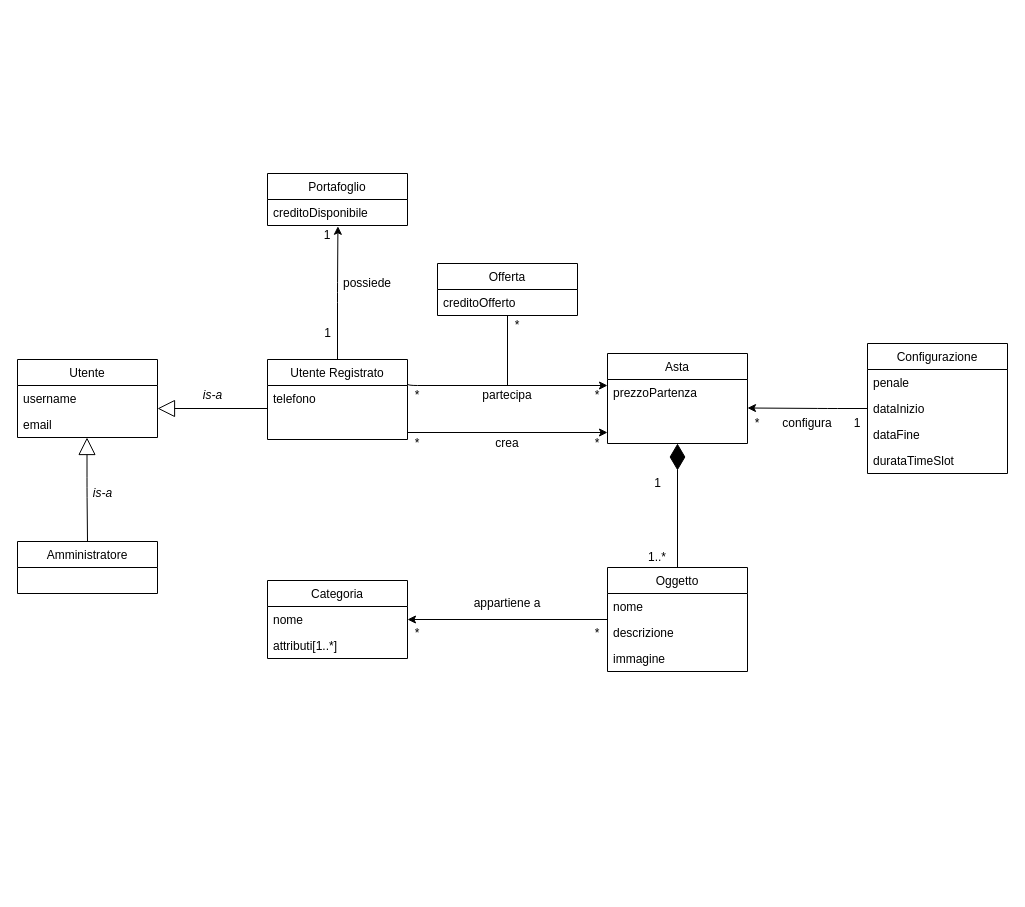
Before: Documentazione/Progettazione/Domain Model/Domain Model.drawio in UnimibSoftEngCourse1920/progetto-aste-2-gruppo-aste-2, a draw.io diagram. Source tidied: cells renumbered, new cells numbered last; positions are measured from the earlier drawing's top-left corner, leaving out a move shared by most shapes. Both pictures are drawn from the tidied source at 100%, with x=0, y=0 at pixel (17, 173).
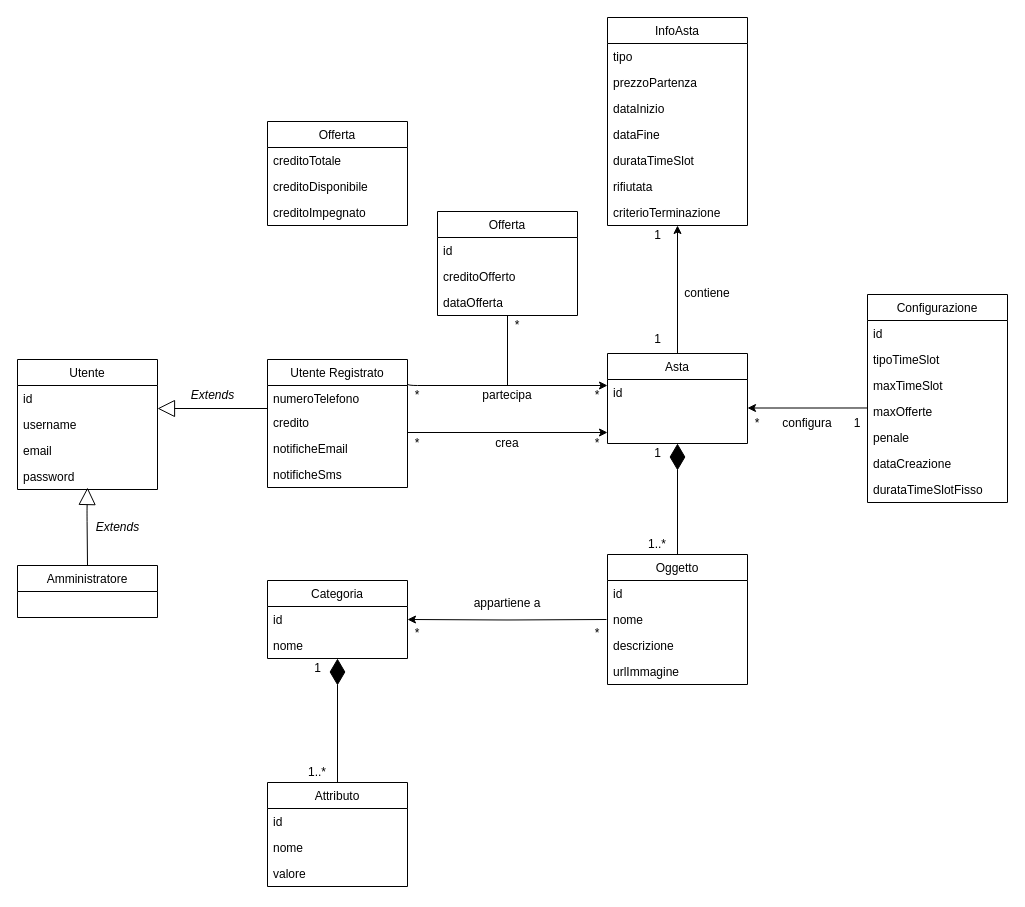
Above is the later version.

Commit message (it also covers changes not shown here):
Aggiornato domain model e fixato activity diagram

Unchanged cells that the change refers to:
```xml
<mxCell id="8" value="Categoria" style="swimlane;fontStyle=0;horizontal=1;startSize=26;fillColor=none;shadow=0;" parent="1" vertex="1">
  <mxGeometry x="250" y="407" width="140" height="78" as="geometry" />
</mxCell>
```

Diff of the diagram source:
```diff
@@
-    <mxCell id="2" style="edgeStyle=orthogonalEdgeStyle;rounded=1;jettySize=auto;html=1;exitX=0.5;exitY=0;exitDx=0;exitDy=0;entryX=0.503;entryY=1.03;entryDx=0;entryDy=0;entryPerimeter=0;" parent="1" edge="1" source="42" target="12">
-      <mxGeometry relative="1" as="geometry" />
-    </mxCell>
-    <mxCell id="3" style="edgeStyle=orthogonalEdgeStyle;rounded=1;jettySize=auto;html=1;exitX=0;exitY=0.5;exitDx=0;exitDy=0;entryX=1;entryY=0.5;entryDx=0;entryDy=0;" parent="1" edge="1" source="4" target="8">
-      <mxGeometry relative="1" as="geometry" />
+    <mxCell id="3" style="edgeStyle=orthogonalEdgeStyle;rounded=1;jettySize=auto;html=1;entryX=1;entryY=0.5;entryDx=0;entryDy=0;" parent="1" edge="1" target="8">
+      <mxGeometry relative="1" as="geometry">
+        <mxPoint x="589" y="446" as="sourcePoint" />
+      </mxGeometry>
     </mxCell>
-    <mxCell id="4" value="Oggetto" style="swimlane;fontStyle=0;horizontal=1;startSize=26;fillColor=none;shadow=0;" parent="1" vertex="1">
-      <mxGeometry x="590" y="394" width="140" height="104" as="geometry" />
-    </mxCell>
-    <mxCell id="5" value="nome" style="text;strokeColor=none;fillColor=none;align=left;verticalAlign=top;spacingLeft=4;spacingRight=4;overflow=hidden;" parent="4" vertex="1">
-      <mxGeometry y="26" width="140" height="26" as="geometry" />
-    </mxCell>
-    <mxCell id="6" value="descrizione" style="text;strokeColor=none;fillColor=none;align=left;verticalAlign=top;spacingLeft=4;spacingRight=4;overflow=hidden;" parent="4" vertex="1">
-      <mxGeometry y="52" width="140" height="26" as="geometry" />
-    </mxCell>
-    <mxCell id="7" value="immagine" style="text;strokeColor=none;fillColor=none;align=left;verticalAlign=top;spacingLeft=4;spacingRight=4;overflow=hidden;" parent="4" vertex="1">
-      <mxGeometry y="78" width="140" height="26" as="geometry" />
-    </mxCell>
@@
-    <mxCell id="9" value="nome" style="text;strokeColor=none;fillColor=none;align=left;verticalAlign=top;spacingLeft=4;spacingRight=4;overflow=hidden;" parent="8" vertex="1">
+    <mxCell id="9" value="id" style="text;strokeColor=none;fillColor=none;align=left;verticalAlign=top;spacingLeft=4;spacingRight=4;overflow=hidden;" parent="8" vertex="1">
       <mxGeometry y="26" width="140" height="26" as="geometry" />
     </mxCell>
-    <mxCell id="10" value="attributi[1..*]" style="text;strokeColor=none;fillColor=none;align=left;verticalAlign=top;spacingLeft=4;spacingRight=4;overflow=hidden;" parent="8" vertex="1">
+    <mxCell id="10" value="nome" style="text;strokeColor=none;fillColor=none;align=left;verticalAlign=top;spacingLeft=4;spacingRight=4;overflow=hidden;" parent="8" vertex="1">
       <mxGeometry y="52" width="140" height="26" as="geometry" />
     </mxCell>
-    <mxCell id="11" value="Portafoglio" style="swimlane;fontStyle=0;horizontal=1;startSize=26;fillColor=none;shadow=0;" parent="1" vertex="1">
-      <mxGeometry x="250" width="140" height="52" as="geometry" />
-    </mxCell>
-    <mxCell id="12" value="creditoDisponibile" style="text;strokeColor=none;fillColor=none;align=left;verticalAlign=top;spacingLeft=4;spacingRight=4;overflow=hidden;points=[[0,0.5],[1,0.5]];portConstraint=eastwest;" parent="11" vertex="1">
-      <mxGeometry y="26" width="140" height="26" as="geometry" />
-    </mxCell>
@@
     <mxCell id="16" value="1..*" style="text;html=1;strokeColor=none;fillColor=none;align=center;verticalAlign=middle;whiteSpace=wrap;rounded=0;shadow=0;" parent="1" vertex="1">
-      <mxGeometry x="620" y="374" width="40" height="20" as="geometry" />
+      <mxGeometry x="620" y="361" width="40" height="20" as="geometry" />
     </mxCell>
@@
-    <mxCell id="21" value="Offerta" style="swimlane;fontStyle=0;horizontal=1;startSize=26;fillColor=none;shadow=0;" parent="1" vertex="1">
-      <mxGeometry x="420" y="90" width="140" height="52" as="geometry" />
-    </mxCell>
-    <mxCell id="22" value="creditoOfferto" style="text;strokeColor=none;fillColor=none;align=left;verticalAlign=top;spacingLeft=4;spacingRight=4;overflow=hidden;" parent="21" vertex="1">
-      <mxGeometry y="26" width="140" height="26" as="geometry" />
-    </mxCell>
@@
-    <mxCell id="24" value="&lt;div&gt;possiede&lt;/div&gt;" style="text;html=1;strokeColor=none;fillColor=none;align=center;verticalAlign=middle;whiteSpace=wrap;rounded=0;shadow=0;" parent="1" vertex="1">
-      <mxGeometry x="330" y="100" width="40" height="20" as="geometry" />
-    </mxCell>
-    <mxCell id="25" value="1" style="text;html=1;strokeColor=none;fillColor=none;align=center;verticalAlign=middle;whiteSpace=wrap;rounded=0;shadow=0;" parent="1" vertex="1">
-      <mxGeometry x="290" y="52" width="40" height="20" as="geometry" />
-    </mxCell>
-    <mxCell id="26" value="1" style="text;html=1;align=center;verticalAlign=middle;" parent="1" vertex="1">
-      <mxGeometry x="300" y="150" width="20" height="20" as="geometry" />
-    </mxCell>
@@
     <mxCell id="30" value="1" style="text;html=1;align=center;verticalAlign=middle;" parent="1" vertex="1">
-      <mxGeometry x="630" y="300" width="20" height="20" as="geometry" />
+      <mxGeometry x="630" y="270" width="20" height="20" as="geometry" />
     </mxCell>
@@
-    <mxCell id="35" value="Utente" style="swimlane;fontStyle=0;horizontal=1;startSize=26;fillColor=none;" parent="1" vertex="1">
-      <mxGeometry y="186" width="140" height="78" as="geometry" />
-    </mxCell>
-    <mxCell id="36" value="username" style="text;strokeColor=none;fillColor=none;align=left;verticalAlign=top;spacingLeft=4;spacingRight=4;overflow=hidden;" parent="35" vertex="1">
-      <mxGeometry y="26" width="140" height="26" as="geometry" />
-    </mxCell>
-    <mxCell id="37" value="email" style="text;strokeColor=none;fillColor=none;align=left;verticalAlign=top;spacingLeft=4;spacingRight=4;overflow=hidden;" parent="35" vertex="1">
-      <mxGeometry y="52" width="140" height="26" as="geometry" />
-    </mxCell>
     <mxCell id="38" style="endArrow=block;html=1;endFill=0;strokeWidth=1;exitX=0.5;exitY=0;exitDx=0;exitDy=0;endSize=15;" parent="1" edge="1" source="39">
       <mxGeometry relative="1" as="geometry">
-        <mxPoint x="69.5" y="264" as="targetPoint" />
+        <mxPoint x="70" y="314" as="targetPoint" />
         <Array as="points">
-          <mxPoint x="69.5" y="314" />
+          <mxPoint x="69.5" y="338" />
         </Array>
       </mxGeometry>
     </mxCell>
-    <mxCell id="39" value="Amministratore" style="swimlane;fontStyle=0;horizontal=1;startSize=26;fillColor=none;" parent="1" vertex="1">
-      <mxGeometry y="368" width="140" height="52" as="geometry" />
-    </mxCell>
-    <mxCell id="40" value="&lt;i&gt;is-a&lt;/i&gt;" style="text;html=1;align=center;verticalAlign=middle;" parent="1" vertex="1">
-      <mxGeometry x="180" y="212" width="30" height="20" as="geometry" />
+    <mxCell id="40" value="&lt;i&gt;Extends&lt;/i&gt;" style="text;html=1;align=center;verticalAlign=middle;" parent="1" vertex="1">
+      <mxGeometry x="165" y="212" width="60" height="20" as="geometry" />
     </mxCell>
-    <mxCell id="41" value="&lt;i&gt;is-a&lt;/i&gt;" style="text;html=1;align=center;verticalAlign=middle;" parent="1" vertex="1">
-      <mxGeometry x="70" y="310" width="30" height="20" as="geometry" />
+    <mxCell id="41" value="&lt;i&gt;Extends&lt;/i&gt;" style="text;html=1;align=center;verticalAlign=middle;" parent="1" vertex="1">
+      <mxGeometry x="70" y="344" width="60" height="20" as="geometry" />
     </mxCell>
     <mxCell id="42" value="Utente Registrato" style="swimlane;fontStyle=0;horizontal=1;startSize=26;fillColor=none;" parent="1" vertex="1">
-      <mxGeometry x="250" y="186" width="140" height="80" as="geometry" />
+      <mxGeometry x="250" y="186" width="140" height="128" as="geometry" />
     </mxCell>
-    <mxCell id="43" value="telefono" style="text;strokeColor=none;fillColor=none;align=left;verticalAlign=top;spacingLeft=4;spacingRight=4;overflow=hidden;" parent="42" vertex="1">
-      <mxGeometry y="26" width="140" height="54" as="geometry" />
+    <mxCell id="43" value="numeroTelefono" style="text;strokeColor=none;fillColor=none;align=left;verticalAlign=top;spacingLeft=4;spacingRight=4;overflow=hidden;" parent="42" vertex="1">
+      <mxGeometry y="26" width="140" height="24" as="geometry" />
     </mxCell>
+    <mxCell id="55" value="credito" style="text;strokeColor=none;fillColor=none;align=left;verticalAlign=top;spacingLeft=4;spacingRight=4;overflow=hidden;" parent="42" vertex="1">
+      <mxGeometry y="50" width="140" height="26" as="geometry" />
+    </mxCell>
+    <mxCell id="56" value="notificheEmail" style="text;strokeColor=none;fillColor=none;align=left;verticalAlign=top;spacingLeft=4;spacingRight=4;overflow=hidden;" parent="42" vertex="1">
+      <mxGeometry y="76" width="140" height="26" as="geometry" />
+    </mxCell>
+    <mxCell id="57" value="notificheSms" style="text;strokeColor=none;fillColor=none;align=left;verticalAlign=top;spacingLeft=4;spacingRight=4;overflow=hidden;" parent="42" vertex="1">
+      <mxGeometry y="102" width="140" height="26" as="geometry" />
+    </mxCell>
-    <mxCell id="44" style="edgeStyle=orthogonalEdgeStyle;rounded=1;jettySize=auto;html=1;exitX=0;exitY=0.5;exitDx=0;exitDy=0;" parent="1" edge="1" source="50">
+    <mxCell id="44" style="edgeStyle=orthogonalEdgeStyle;rounded=1;jettySize=auto;html=1;exitX=0;exitY=0.365;exitDx=0;exitDy=0;exitPerimeter=0;" parent="1" edge="1" source="52">
       <mxGeometry relative="1" as="geometry">
         <mxPoint x="730" y="234.5" as="targetPoint" />
-        <Array as="points">
-          <mxPoint x="810" y="235" />
-        </Array>
       </mxGeometry>
     </mxCell>
@@
+    <mxCell id="53" value="Asta" style="swimlane;fontStyle=0;horizontal=1;startSize=26;fillColor=none;shadow=0;" parent="1" vertex="1">
+      <mxGeometry x="590" y="180" width="140" height="90" as="geometry" />
+    </mxCell>
+    <mxCell id="54" value="id" style="text;strokeColor=none;fillColor=none;align=left;verticalAlign=top;spacingLeft=4;spacingRight=4;overflow=hidden;" parent="53" vertex="1">
+      <mxGeometry y="26" width="140" height="64" as="geometry" />
+    </mxCell>
+    <mxCell id="39" value="Amministratore" style="swimlane;fontStyle=0;horizontal=1;startSize=26;fillColor=none;" parent="1" vertex="1">
+      <mxGeometry y="392" width="140" height="52" as="geometry" />
+    </mxCell>
+    <mxCell id="35" value="Utente" style="swimlane;fontStyle=0;horizontal=1;startSize=26;fillColor=none;" parent="1" vertex="1">
+      <mxGeometry y="186" width="140" height="130" as="geometry" />
+    </mxCell>
+    <mxCell id="58" value="id" style="text;strokeColor=none;fillColor=none;align=left;verticalAlign=top;spacingLeft=4;spacingRight=4;overflow=hidden;" parent="35" vertex="1">
+      <mxGeometry y="26" width="140" height="26" as="geometry" />
+    </mxCell>
+    <mxCell id="36" value="username" style="text;strokeColor=none;fillColor=none;align=left;verticalAlign=top;spacingLeft=4;spacingRight=4;overflow=hidden;" parent="35" vertex="1">
+      <mxGeometry y="52" width="140" height="26" as="geometry" />
+    </mxCell>
+    <mxCell id="59" value="email" style="text;strokeColor=none;fillColor=none;align=left;verticalAlign=top;spacingLeft=4;spacingRight=4;overflow=hidden;" parent="35" vertex="1">
+      <mxGeometry y="78" width="140" height="26" as="geometry" />
+    </mxCell>
+    <mxCell id="37" value="password" style="text;strokeColor=none;fillColor=none;align=left;verticalAlign=top;spacingLeft=4;spacingRight=4;overflow=hidden;" parent="35" vertex="1">
+      <mxGeometry y="104" width="140" height="26" as="geometry" />
+    </mxCell>
+    <mxCell id="60" value="1" style="text;html=1;align=center;verticalAlign=middle;" parent="1" vertex="1">
+      <mxGeometry x="630" y="52" width="20" height="20" as="geometry" />
+    </mxCell>
+    <mxCell id="61" value="1" style="text;html=1;align=center;verticalAlign=middle;" parent="1" vertex="1">
+      <mxGeometry x="630" y="156" width="20" height="20" as="geometry" />
+    </mxCell>
+    <mxCell id="62" value="InfoAsta" style="swimlane;fontStyle=0;horizontal=1;startSize=26;fillColor=none;shadow=0;" parent="1" vertex="1">
+      <mxGeometry x="590" y="-156" width="140" height="208" as="geometry" />
+    </mxCell>
+    <mxCell id="63" value="tipo" style="text;strokeColor=none;fillColor=none;align=left;verticalAlign=top;spacingLeft=4;spacingRight=4;overflow=hidden;" parent="62" vertex="1">
+      <mxGeometry y="26" width="140" height="26" as="geometry" />
+    </mxCell>
+    <mxCell id="64" value="prezzoPartenza" style="text;strokeColor=none;fillColor=none;align=left;verticalAlign=top;spacingLeft=4;spacingRight=4;overflow=hidden;" parent="62" vertex="1">
+      <mxGeometry y="52" width="140" height="26" as="geometry" />
+    </mxCell>
+    <mxCell id="65" value="dataInizio" style="text;strokeColor=none;fillColor=none;align=left;verticalAlign=top;spacingLeft=4;spacingRight=4;overflow=hidden;" parent="62" vertex="1">
+      <mxGeometry y="78" width="140" height="26" as="geometry" />
+    </mxCell>
+    <mxCell id="66" value="dataFine" style="text;strokeColor=none;fillColor=none;align=left;verticalAlign=top;spacingLeft=4;spacingRight=4;overflow=hidden;" parent="62" vertex="1">
+      <mxGeometry y="104" width="140" height="26" as="geometry" />
+    </mxCell>
+    <mxCell id="67" value="durataTimeSlot" style="text;strokeColor=none;fillColor=none;align=left;verticalAlign=top;spacingLeft=4;spacingRight=4;overflow=hidden;" parent="62" vertex="1">
+      <mxGeometry y="130" width="140" height="26" as="geometry" />
+    </mxCell>
+    <mxCell id="68" value="rifiutata" style="text;strokeColor=none;fillColor=none;align=left;verticalAlign=top;spacingLeft=4;spacingRight=4;overflow=hidden;" parent="62" vertex="1">
+      <mxGeometry y="156" width="140" height="26" as="geometry" />
+    </mxCell>
+    <mxCell id="69" value="criterioTerminazione" style="text;strokeColor=none;fillColor=none;align=left;verticalAlign=top;spacingLeft=4;spacingRight=4;overflow=hidden;" parent="62" vertex="1">
+      <mxGeometry y="182" width="140" height="26" as="geometry" />
+    </mxCell>
     <mxCell id="48" value="Configurazione" style="swimlane;fontStyle=0;horizontal=1;startSize=26;fillColor=none;shadow=0;" parent="1" vertex="1">
-      <mxGeometry x="850" y="170" width="140" height="130" as="geometry" />
+      <mxGeometry x="850" y="121" width="140" height="208" as="geometry" />
     </mxCell>
-    <mxCell id="49" value="penale" style="text;strokeColor=none;fillColor=none;align=left;verticalAlign=top;spacingLeft=4;spacingRight=4;overflow=hidden;" parent="48" vertex="1">
+    <mxCell id="49" value="id" style="text;strokeColor=none;fillColor=none;align=left;verticalAlign=top;spacingLeft=4;spacingRight=4;overflow=hidden;" parent="48" vertex="1">
       <mxGeometry y="26" width="140" height="26" as="geometry" />
     </mxCell>
-    <mxCell id="50" value="dataInizio" style="text;strokeColor=none;fillColor=none;align=left;verticalAlign=top;spacingLeft=4;spacingRight=4;overflow=hidden;points=[[0,0.5],[1,0.5]];portConstraint=eastwest;" parent="48" vertex="1">
+    <mxCell id="50" value="tipoTimeSlot" style="text;strokeColor=none;fillColor=none;align=left;verticalAlign=top;spacingLeft=4;spacingRight=4;overflow=hidden;points=[[0,0.5],[1,0.5]];portConstraint=eastwest;" parent="48" vertex="1">
       <mxGeometry y="52" width="140" height="26" as="geometry" />
     </mxCell>
-    <mxCell id="51" value="dataFine" style="text;strokeColor=none;fillColor=none;align=left;verticalAlign=top;spacingLeft=4;spacingRight=4;overflow=hidden;" parent="48" vertex="1">
+    <mxCell id="51" value="maxTimeSlot" style="text;strokeColor=none;fillColor=none;align=left;verticalAlign=top;spacingLeft=4;spacingRight=4;overflow=hidden;" parent="48" vertex="1">
       <mxGeometry y="78" width="140" height="26" as="geometry" />
     </mxCell>
-    <mxCell id="52" value="durataTimeSlot" style="text;strokeColor=none;fillColor=none;align=left;verticalAlign=top;spacingLeft=4;spacingRight=4;overflow=hidden;points=[[0,0.5],[1,0.5]];portConstraint=eastwest;" parent="48" vertex="1">
+    <mxCell id="52" value="maxOfferte" style="text;strokeColor=none;fillColor=none;align=left;verticalAlign=top;spacingLeft=4;spacingRight=4;overflow=hidden;points=[[0,0.5],[1,0.5]];portConstraint=eastwest;" parent="48" vertex="1">
       <mxGeometry y="104" width="140" height="26" as="geometry" />
     </mxCell>
-    <mxCell id="53" value="Asta" style="swimlane;fontStyle=0;horizontal=1;startSize=26;fillColor=none;shadow=0;" parent="1" vertex="1">
-      <mxGeometry x="590" y="180" width="140" height="90" as="geometry" />
-    </mxCell>
-    <mxCell id="54" value="prezzoPartenza" style="text;strokeColor=none;fillColor=none;align=left;verticalAlign=top;spacingLeft=4;spacingRight=4;overflow=hidden;" parent="53" vertex="1">
-      <mxGeometry y="26" width="140" height="64" as="geometry" />
-    </mxCell>
+    <mxCell id="70" value="penale" style="text;strokeColor=none;fillColor=none;align=left;verticalAlign=top;spacingLeft=4;spacingRight=4;overflow=hidden;" parent="48" vertex="1">
+      <mxGeometry y="130" width="140" height="26" as="geometry" />
+    </mxCell>
+    <mxCell id="71" value="dataCreazione" style="text;strokeColor=none;fillColor=none;align=left;verticalAlign=top;spacingLeft=4;spacingRight=4;overflow=hidden;" parent="48" vertex="1">
+      <mxGeometry y="156" width="140" height="26" as="geometry" />
+    </mxCell>
+    <mxCell id="72" value="durataTimeSlotFisso" style="text;strokeColor=none;fillColor=none;align=left;verticalAlign=top;spacingLeft=4;spacingRight=4;overflow=hidden;" parent="48" vertex="1">
+      <mxGeometry y="182" width="140" height="26" as="geometry" />
+    </mxCell>
+    <mxCell id="73" style="endArrow=diamondThin;endFill=1;endSize=24;html=1;" parent="1" edge="1" source="76">
+      <mxGeometry relative="1" as="geometry">
+        <mxPoint x="320" y="485" as="targetPoint" />
+      </mxGeometry>
+    </mxCell>
+    <mxCell id="74" value="1" style="text;html=1;align=center;verticalAlign=middle;" parent="1" vertex="1">
+      <mxGeometry x="290" y="485" width="20" height="20" as="geometry" />
+    </mxCell>
+    <mxCell id="75" value="1..*" style="text;html=1;strokeColor=none;fillColor=none;align=center;verticalAlign=middle;whiteSpace=wrap;rounded=0;shadow=0;" parent="1" vertex="1">
+      <mxGeometry x="280" y="589" width="40" height="20" as="geometry" />
+    </mxCell>
+    <mxCell id="76" value="Attributo" style="swimlane;fontStyle=0;horizontal=1;startSize=26;fillColor=none;shadow=0;" parent="1" vertex="1">
+      <mxGeometry x="250" y="609" width="140" height="104" as="geometry" />
+    </mxCell>
+    <mxCell id="77" value="id" style="text;strokeColor=none;fillColor=none;align=left;verticalAlign=top;spacingLeft=4;spacingRight=4;overflow=hidden;" parent="76" vertex="1">
+      <mxGeometry y="26" width="140" height="26" as="geometry" />
+    </mxCell>
+    <mxCell id="78" value="nome" style="text;strokeColor=none;fillColor=none;align=left;verticalAlign=top;spacingLeft=4;spacingRight=4;overflow=hidden;" parent="76" vertex="1">
+      <mxGeometry y="52" width="140" height="26" as="geometry" />
+    </mxCell>
+    <mxCell id="79" value="valore" style="text;strokeColor=none;fillColor=none;align=left;verticalAlign=top;spacingLeft=4;spacingRight=4;overflow=hidden;" parent="76" vertex="1">
+      <mxGeometry y="78" width="140" height="26" as="geometry" />
+    </mxCell>
+    <mxCell id="4" value="Oggetto" style="swimlane;fontStyle=0;horizontal=1;startSize=26;fillColor=none;shadow=0;" parent="1" vertex="1">
+      <mxGeometry x="590" y="381" width="140" height="130" as="geometry" />
+    </mxCell>
+    <mxCell id="80" value="id" style="text;strokeColor=none;fillColor=none;align=left;verticalAlign=top;spacingLeft=4;spacingRight=4;overflow=hidden;" parent="4" vertex="1">
+      <mxGeometry y="26" width="140" height="26" as="geometry" />
+    </mxCell>
+    <mxCell id="5" value="nome" style="text;strokeColor=none;fillColor=none;align=left;verticalAlign=top;spacingLeft=4;spacingRight=4;overflow=hidden;" parent="4" vertex="1">
+      <mxGeometry y="52" width="140" height="26" as="geometry" />
+    </mxCell>
+    <mxCell id="6" value="descrizione" style="text;strokeColor=none;fillColor=none;align=left;verticalAlign=top;spacingLeft=4;spacingRight=4;overflow=hidden;" parent="4" vertex="1">
+      <mxGeometry y="78" width="140" height="26" as="geometry" />
+    </mxCell>
+    <mxCell id="7" value="urlImmagine" style="text;strokeColor=none;fillColor=none;align=left;verticalAlign=top;spacingLeft=4;spacingRight=4;overflow=hidden;" parent="4" vertex="1">
+      <mxGeometry y="104" width="140" height="26" as="geometry" />
+    </mxCell>
+    <mxCell id="81" value="Offerta" style="swimlane;fontStyle=0;horizontal=1;startSize=26;fillColor=none;shadow=0;" parent="1" vertex="1">
+      <mxGeometry x="250" y="-52" width="140" height="104" as="geometry" />
+    </mxCell>
+    <mxCell id="82" value="creditoTotale" style="text;strokeColor=none;fillColor=none;align=left;verticalAlign=top;spacingLeft=4;spacingRight=4;overflow=hidden;" parent="81" vertex="1">
+      <mxGeometry y="26" width="140" height="26" as="geometry" />
+    </mxCell>
+    <mxCell id="12" value="creditoDisponibile" style="text;strokeColor=none;fillColor=none;align=left;verticalAlign=top;spacingLeft=4;spacingRight=4;overflow=hidden;points=[[0,0.5],[1,0.5]];portConstraint=eastwest;" parent="81" vertex="1">
+      <mxGeometry y="52" width="140" height="26" as="geometry" />
+    </mxCell>
+    <mxCell id="83" value="creditoImpegnato" style="text;strokeColor=none;fillColor=none;align=left;verticalAlign=top;spacingLeft=4;spacingRight=4;overflow=hidden;" parent="81" vertex="1">
+      <mxGeometry y="78" width="140" height="26" as="geometry" />
+    </mxCell>
+    <mxCell id="84" style="endArrow=classic;html=1;exitX=0.5;exitY=0;exitDx=0;exitDy=0;entryX=0.5;entryY=1;entryDx=0;entryDy=0;" parent="1" edge="1" source="53" target="62">
+      <mxGeometry relative="1" as="geometry" />
+    </mxCell>
+    <mxCell id="85" value="contiene" style="text;html=1;strokeColor=none;fillColor=none;align=center;verticalAlign=middle;whiteSpace=wrap;rounded=0;shadow=0;" parent="1" vertex="1">
+      <mxGeometry x="670" y="110" width="40" height="20" as="geometry" />
+    </mxCell>
+    <mxCell id="21" value="Offerta" style="swimlane;fontStyle=0;horizontal=1;startSize=26;fillColor=none;shadow=0;" parent="1" vertex="1">
+      <mxGeometry x="420" y="38" width="140" height="104" as="geometry" />
+    </mxCell>
+    <mxCell id="86" value="id" style="text;strokeColor=none;fillColor=none;align=left;verticalAlign=top;spacingLeft=4;spacingRight=4;overflow=hidden;" parent="21" vertex="1">
+      <mxGeometry y="26" width="140" height="26" as="geometry" />
+    </mxCell>
+    <mxCell id="87" value="creditoOfferto" style="text;strokeColor=none;fillColor=none;align=left;verticalAlign=top;spacingLeft=4;spacingRight=4;overflow=hidden;" parent="21" vertex="1">
+      <mxGeometry y="52" width="140" height="26" as="geometry" />
+    </mxCell>
+    <mxCell id="22" value="dataOfferta" style="text;strokeColor=none;fillColor=none;align=left;verticalAlign=top;spacingLeft=4;spacingRight=4;overflow=hidden;" parent="21" vertex="1">
+      <mxGeometry y="78" width="140" height="26" as="geometry" />
+    </mxCell>
```
